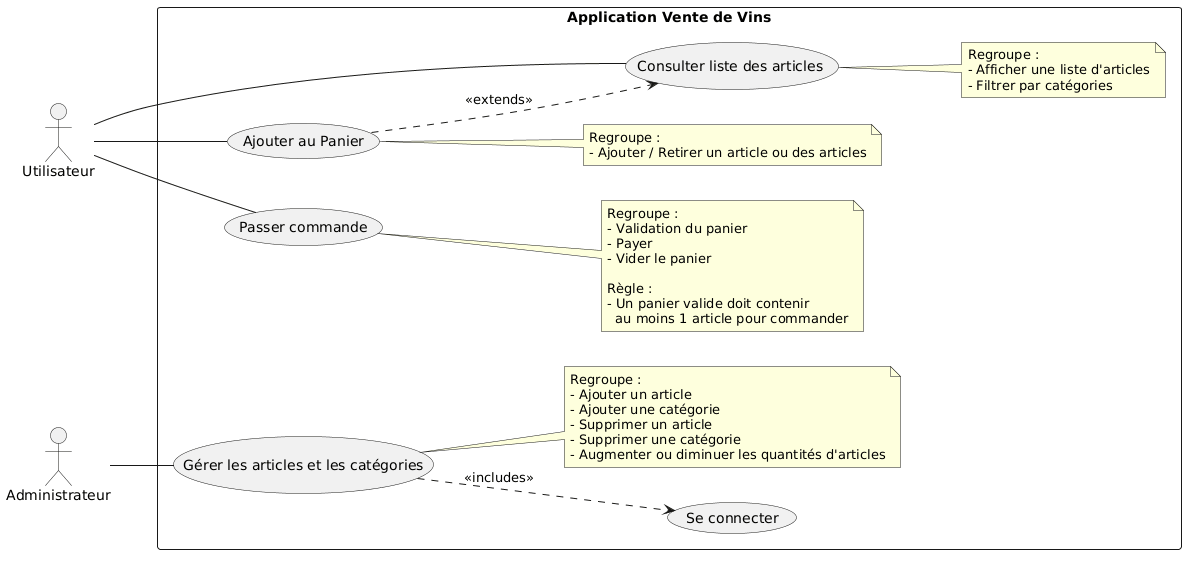
Above: docs/UML/1-use_case/Wine-Sales_User_Cases.png in severinehmfms/BoutiqueEnLigne (PlantUML), before the change.
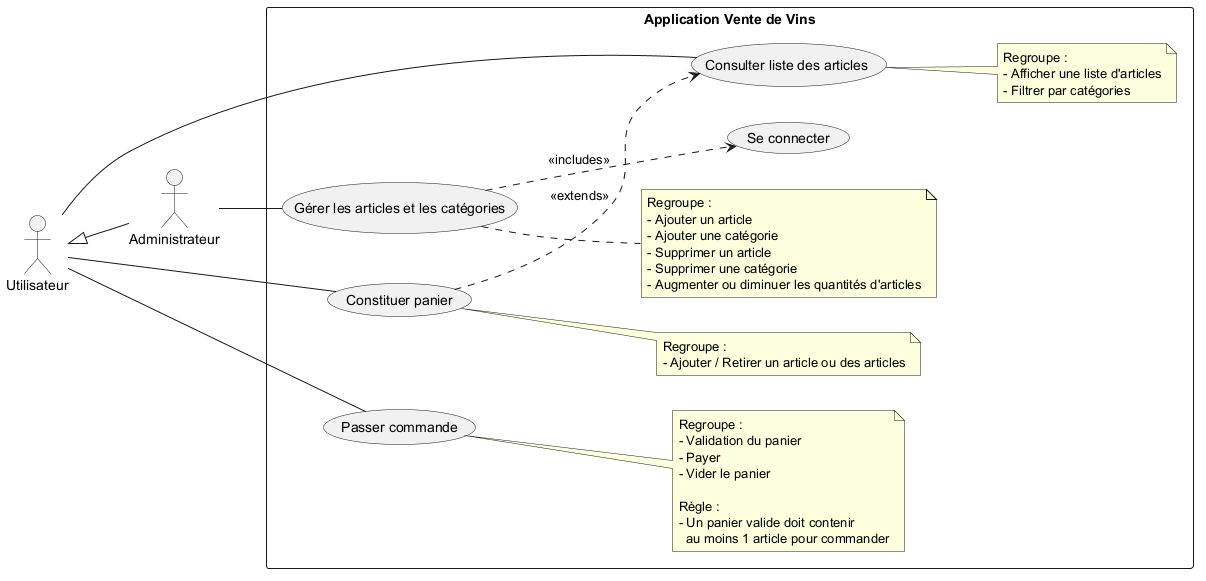
Above is the later version.

Commit message:
UPDATE: mise à jour du fichier 'Wine-Sales_User_Cases.png' afin d'intégrer les dernières recommandations de moor

Change to the diagram source:
```diff
@@ -17,7 +17,7 @@
 
   usecase "Se connecter" as UC_Connexion
 
-  usecase "Ajouter au Panier" as UC_cart
+  usecase "Constituer panier" as UC_cart
   note right of UC_cart
     Regroupe :
     - Ajouter / Retirer un article ou des articles
@@ -56,5 +56,8 @@
 
 
 admin -- UC_Admin
+
 UC_Admin ..> UC_Connexion : <<includes>>
+
+user <|-- admin
 @enduml
```
